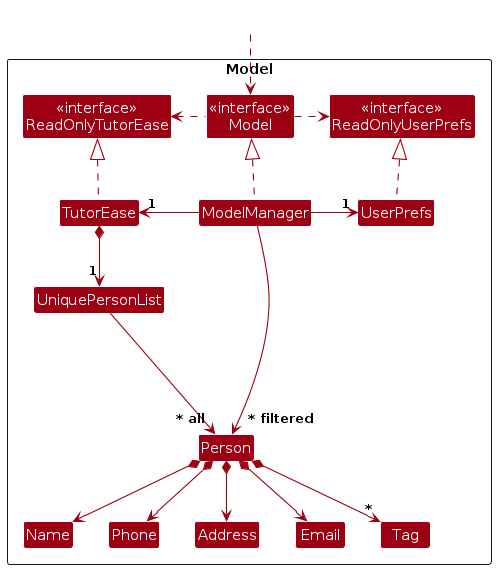
Earlier version of the PlantUML export diagrams/ModelClassDiagram.png (AY2425S1-CS2103-F11-2/tp). Its source is kept beside it as diagrams/ModelClassDiagram.puml. Its diagram source:
```plantuml
@startuml
!include style.puml
skinparam arrowThickness 1.1
skinparam arrowColor MODEL_COLOR
skinparam classBackgroundColor MODEL_COLOR

Package Model as ModelPackage <<Rectangle>>{
Class "<<interface>>\nReadOnlyTutorEase" as ReadOnlyTutorEase
Class "<<interface>>\nReadOnlyUserPrefs" as ReadOnlyUserPrefs
Class "<<interface>>\nModel" as Model
Class TutorEase
Class ModelManager
Class UserPrefs

Class UniquePersonList
Class Person
Class Address
Class Email
Class Name
Class Phone
Class Tag

Class I #FFFFFF
}

Class HiddenOutside #FFFFFF
HiddenOutside ..> Model

TutorEase .up.|> ReadOnlyTutorEase

ModelManager .up.|> Model
Model .right.> ReadOnlyUserPrefs
Model .left.> ReadOnlyTutorEase
ModelManager -left-> "1" TutorEase
ModelManager -right-> "1" UserPrefs
UserPrefs .up.|> ReadOnlyUserPrefs

TutorEase *--> "1" UniquePersonList
UniquePersonList --> "~* all" Person
Person *--> Name
Person *--> Phone
Person *--> Email
Person *--> Address
Person *--> "*" Tag

Person -[hidden]up--> I
UniquePersonList -[hidden]right-> I

Name -[hidden]right-> Phone
Phone -[hidden]right-> Address
Address -[hidden]right-> Email

ModelManager --> "~* filtered" Person
@enduml
```
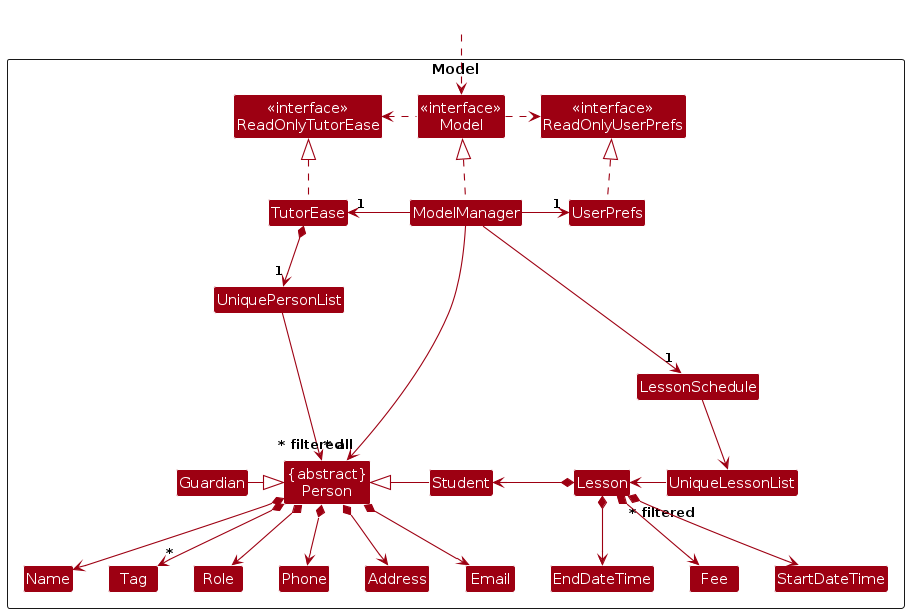
After the commit.

Diff of the diagram source:
```diff
@@ -13,12 +13,22 @@
 Class UserPrefs
 
 Class UniquePersonList
-Class Person
+Class UniqueLessonList
+Class "{abstract}\nPerson" as Person
 Class Address
 Class Email
+Class EndDateTime
+Class Fee
+Class Guardian
 Class Name
 Class Phone
+Class StartDateTime
+Class Student
 Class Tag
+Class Role
+
+Class Lesson
+Class LessonSchedule
 
 Class I #FFFFFF
 }
@@ -37,11 +47,21 @@
 
 TutorEase *--> "1" UniquePersonList
 UniquePersonList --> "~* all" Person
+UniqueLessonList -left-> "~* filtered" Lesson
 Person *--> Name
 Person *--> Phone
 Person *--> Email
 Person *--> Address
 Person *--> "*" Tag
+Person *--> Role
+Person <|-right- Student
+Person <|-left- Guardian
+
+LessonSchedule --> UniqueLessonList
+Lesson *-left-> Student
+Lesson *--> Fee
+Lesson *--> StartDateTime
+Lesson *--> EndDateTime
 
 Person -[hidden]up--> I
 UniquePersonList -[hidden]right-> I
@@ -51,4 +71,5 @@
 Address -[hidden]right-> Email
 
 ModelManager --> "~* filtered" Person
+ModelManager --> "1" LessonSchedule
 @enduml
```
